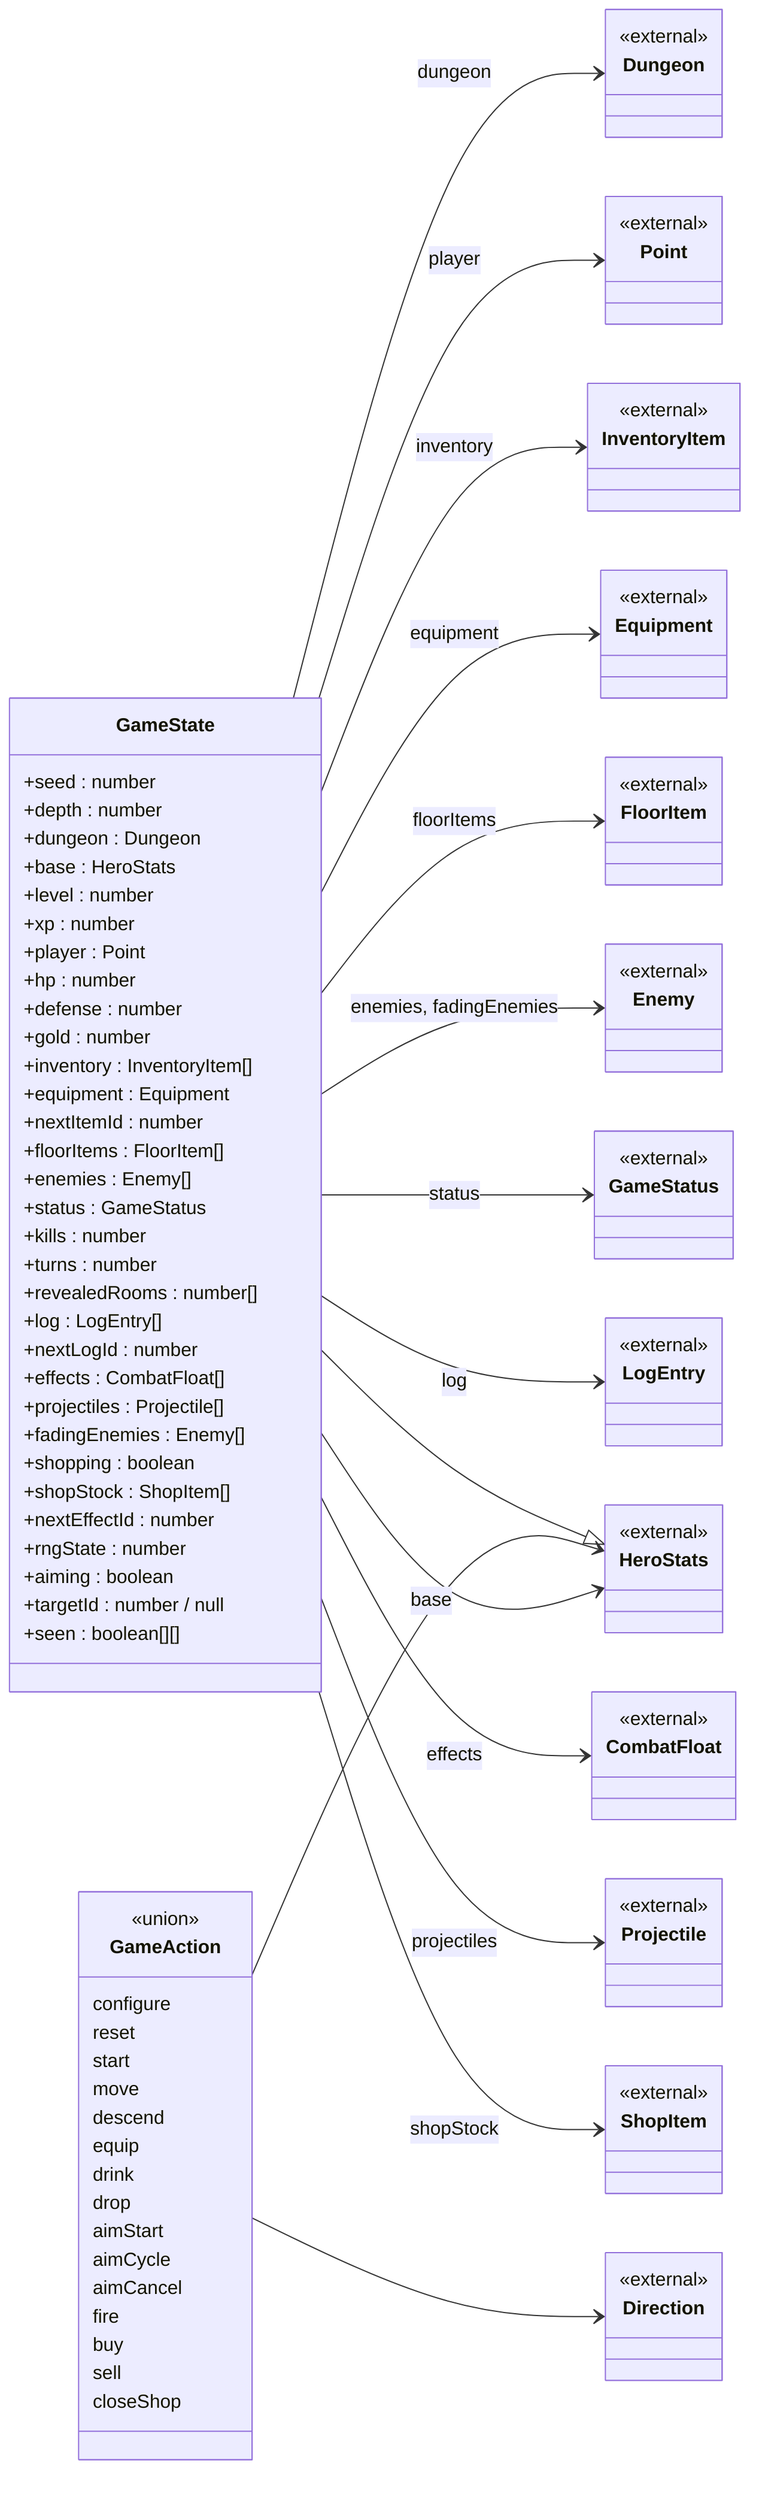
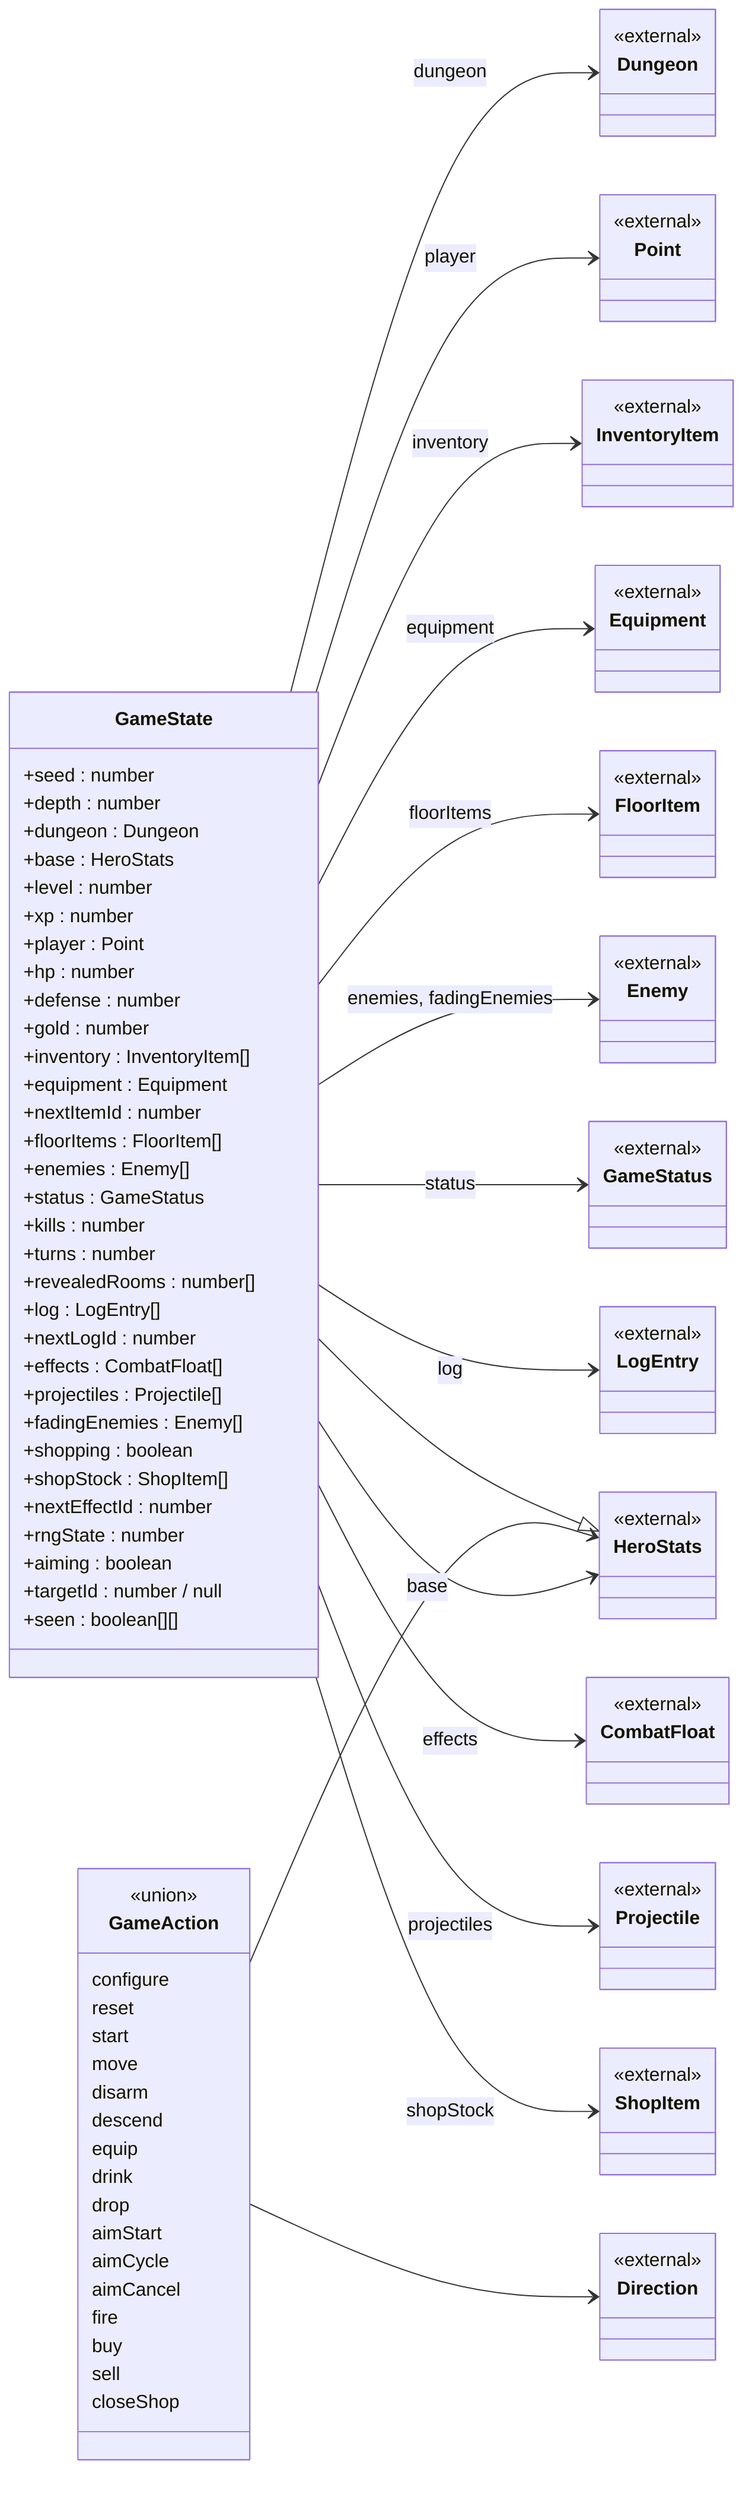
classDiagram
  direction LR
  class GameState {
    +seed : number
    +depth : number
    +dungeon : Dungeon
    +base : HeroStats
    +level : number
    +xp : number
    +player : Point
    +hp : number
    +defense : number
    +gold : number
    +inventory : InventoryItem[]
    +equipment : Equipment
    +nextItemId : number
    +floorItems : FloorItem[]
    +enemies : Enemy[]
    +status : GameStatus
    +kills : number
    +turns : number
    +revealedRooms : number[]
    +log : LogEntry[]
    +nextLogId : number
    +effects : CombatFloat[]
    +projectiles : Projectile[]
    +fadingEnemies : Enemy[]
    +shopping : boolean
    +shopStock : ShopItem[]
    +nextEffectId : number
    +rngState : number
    +aiming : boolean
    +targetId : number / null
    +seen : boolean[][]
  }
  class GameAction {
    <<union>>
    configure
    reset
    start
    move
+     disarm
    descend
    equip
    drink
    drop
    aimStart
    aimCycle
    aimCancel
    fire
    buy
    sell
    closeShop
  }
  class HeroStats {
    <<external>>
  }
  class Dungeon {
    <<external>>
  }
  class Point {
    <<external>>
  }
  class InventoryItem {
    <<external>>
  }
  class Equipment {
    <<external>>
  }
  class FloorItem {
    <<external>>
  }
  class Enemy {
    <<external>>
  }
  class GameStatus {
    <<external>>
  }
  class LogEntry {
    <<external>>
  }
  class CombatFloat {
    <<external>>
  }
  class Projectile {
    <<external>>
  }
  class ShopItem {
    <<external>>
  }
  class Direction {
    <<external>>
  }
  HeroStats <|-- GameState
  GameState --> Dungeon : dungeon
  GameState --> HeroStats : base
  GameState --> Point : player
  GameState --> InventoryItem : inventory
  GameState --> Equipment : equipment
  GameState --> FloorItem : floorItems
  GameState --> Enemy : enemies, fadingEnemies
  GameState --> GameStatus : status
  GameState --> LogEntry : log
  GameState --> CombatFloat : effects
  GameState --> Projectile : projectiles
  GameState --> ShopItem : shopStock
  GameAction --> HeroStats
  GameAction --> Direction
